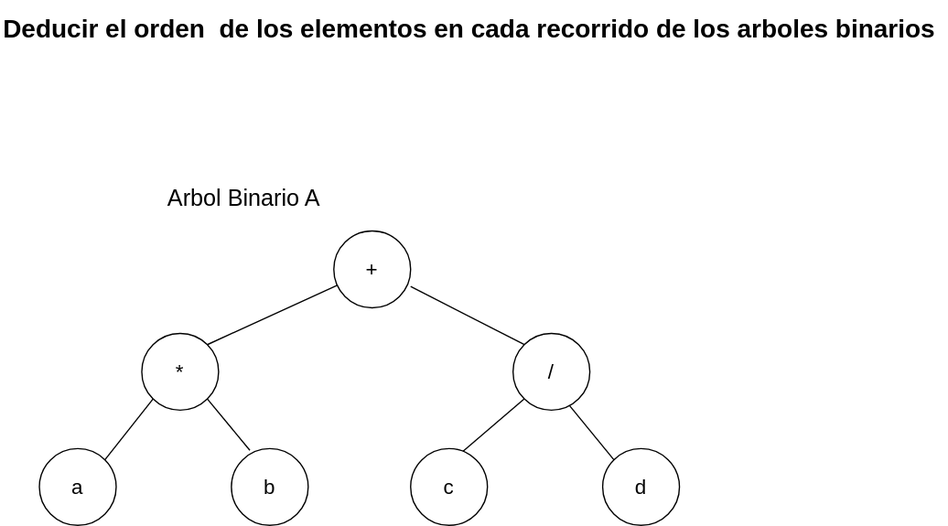
Earlier version of the draw.io export Estructura-de-datos/Arboles/ejercicio-recorrido.drawio.svg (Nordcode-cyber/Algoritmos-Estructdatos). Source tidied: cells renumbered, new cells last; positions are measured from the earlier drawing's top-left corner, leaving out a move shared by most shapes.
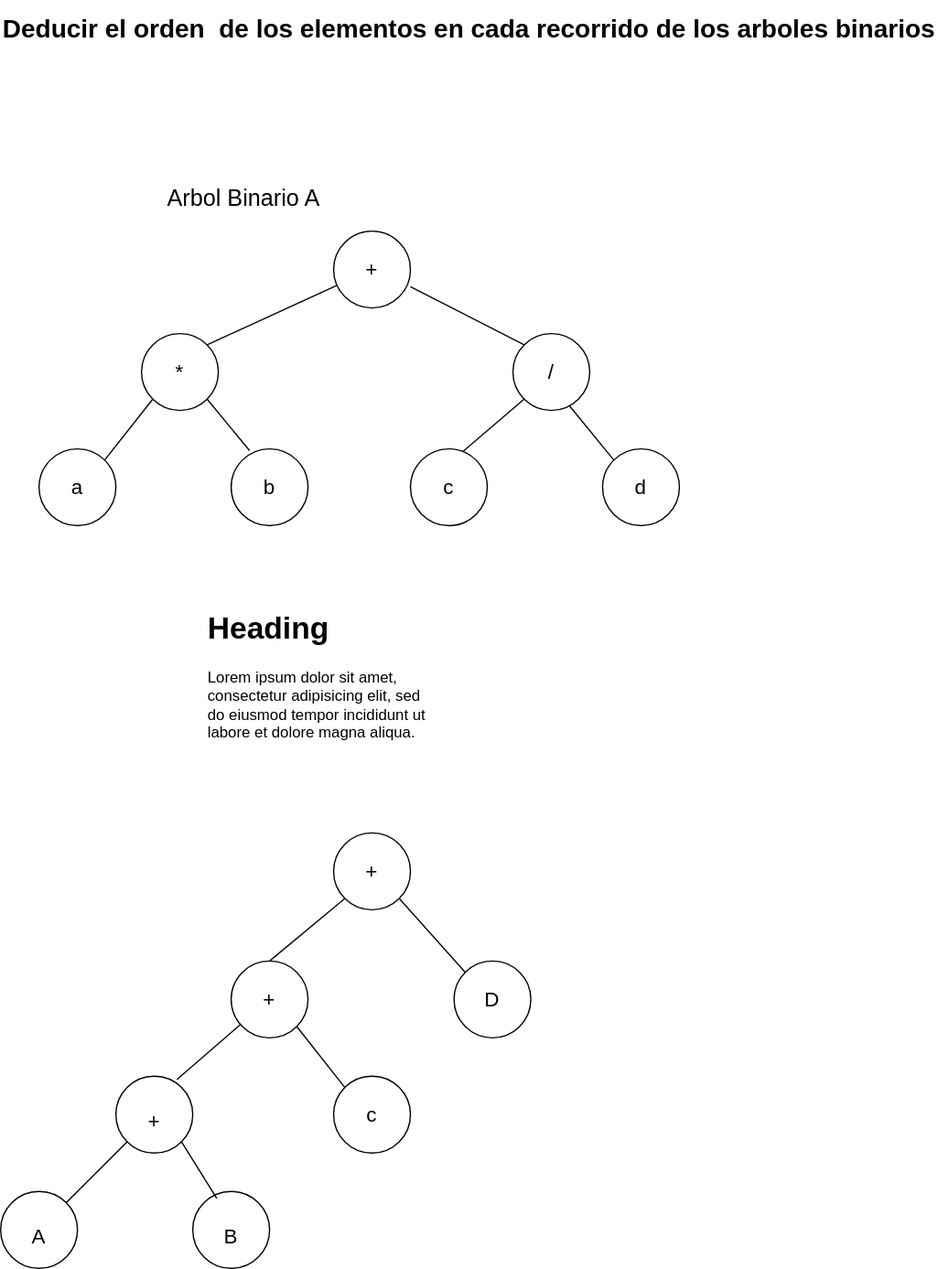
The same file after the commit.

Diff of the diagram source:
```diff
@@ -68,5 +68,68 @@
     <mxCell id="23" value="&lt;font style=&quot;color: light-dark(rgb(0, 0, 0), rgb(0, 153, 153)); font-size: 18px;&quot;&gt;Arbol Binario A&lt;/font&gt;" style="text;html=1;align=center;verticalAlign=middle;whiteSpace=wrap;rounded=0;" parent="1" vertex="1">
       <mxGeometry x="120" y="140" width="140" height="30" as="geometry" />
     </mxCell>
+    <mxCell id="24" value="&lt;h1 style=&quot;margin-top: 0px;&quot;&gt;Heading&lt;/h1&gt;&lt;p&gt;Lorem ipsum dolor sit amet, consectetur adipisicing elit, sed do eiusmod tempor incididunt ut labore et dolore magna aliqua.&lt;/p&gt;" style="text;html=1;whiteSpace=wrap;overflow=hidden;rounded=0;" parent="1" vertex="1">
+      <mxGeometry x="160" y="470" width="180" height="120" as="geometry" />
+    </mxCell>
+    <mxCell id="25" style="ellipse;whiteSpace=wrap;html=1;fillColor=none;" parent="1" vertex="1">
+      <mxGeometry x="260" y="650" width="60" height="60" as="geometry" />
+    </mxCell>
+    <mxCell id="26" style="ellipse;whiteSpace=wrap;html=1;fillColor=none;" parent="1" vertex="1">
+      <mxGeometry x="180" y="750" width="60" height="60" as="geometry" />
+    </mxCell>
+    <mxCell id="27" style="ellipse;whiteSpace=wrap;html=1;fillColor=none;" parent="1" vertex="1">
+      <mxGeometry x="354" y="750" width="60" height="60" as="geometry" />
+    </mxCell>
+    <mxCell id="28" style="ellipse;whiteSpace=wrap;html=1;fillColor=none;" parent="1" vertex="1">
+      <mxGeometry x="90" y="840" width="60" height="60" as="geometry" />
+    </mxCell>
+    <mxCell id="29" style="endArrow=none;html=1;entryX=1;entryY=1;entryDx=0;entryDy=0;exitX=0;exitY=0;exitDx=0;exitDy=0;" parent="1" edge="1" source="27" target="25">
+      <mxGeometry relative="1" as="geometry" />
+    </mxCell>
+    <mxCell id="30" style="endArrow=none;html=1;entryX=0;entryY=1;entryDx=0;entryDy=0;exitX=0.5;exitY=0;exitDx=0;exitDy=0;" parent="1" edge="1" source="26" target="25">
+      <mxGeometry relative="1" as="geometry" />
+    </mxCell>
+    <mxCell id="31" style="ellipse;whiteSpace=wrap;html=1;fillColor=none;" parent="1" vertex="1">
+      <mxGeometry x="260" y="840" width="60" height="60" as="geometry" />
+    </mxCell>
+    <mxCell id="32" style="endArrow=none;html=1;entryX=1;entryY=1;entryDx=0;entryDy=0;exitX=0;exitY=0;exitDx=0;exitDy=0;" parent="1" edge="1" source="31" target="26">
+      <mxGeometry relative="1" as="geometry" />
+    </mxCell>
+    <mxCell id="33" style="endArrow=none;html=1;exitX=0.793;exitY=0.043;exitDx=0;exitDy=0;exitPerimeter=0;" parent="1" edge="1" source="28" target="26">
+      <mxGeometry relative="1" as="geometry" />
+    </mxCell>
+    <mxCell id="34" style="ellipse;whiteSpace=wrap;html=1;fillColor=none;" parent="1" vertex="1">
+      <mxGeometry y="930" width="60" height="60" as="geometry" />
+    </mxCell>
+    <mxCell id="35" style="ellipse;whiteSpace=wrap;html=1;fillColor=none;" parent="1" vertex="1">
+      <mxGeometry x="150" y="930" width="60" height="60" as="geometry" />
+    </mxCell>
+    <mxCell id="36" style="endArrow=none;html=1;entryX=1;entryY=1;entryDx=0;entryDy=0;exitX=0.313;exitY=0.09;exitDx=0;exitDy=0;exitPerimeter=0;" parent="1" edge="1" source="35" target="28">
+      <mxGeometry relative="1" as="geometry" />
+    </mxCell>
+    <mxCell id="37" style="endArrow=none;html=1;entryX=0;entryY=1;entryDx=0;entryDy=0;" parent="1" edge="1" source="34" target="28">
+      <mxGeometry relative="1" as="geometry" />
+    </mxCell>
+    <mxCell id="38" value="&lt;font style=&quot;font-size: 16px; color: light-dark(rgb(0, 0, 0), rgb(102, 255, 102));&quot;&gt;+&lt;/font&gt;" style="text;html=1;align=center;verticalAlign=middle;whiteSpace=wrap;rounded=0;" parent="1" vertex="1">
+      <mxGeometry x="260" y="665" width="60" height="30" as="geometry" />
+    </mxCell>
+    <mxCell id="39" value="&lt;font style=&quot;font-size: 16px; color: light-dark(rgb(0, 0, 0), rgb(102, 255, 102));&quot;&gt;+&lt;/font&gt;" style="text;html=1;align=center;verticalAlign=middle;whiteSpace=wrap;rounded=0;" parent="1" vertex="1">
+      <mxGeometry x="180" y="765" width="60" height="30" as="geometry" />
+    </mxCell>
+    <mxCell id="40" value="&lt;font style=&quot;font-size: 16px; color: light-dark(rgb(0, 0, 0), rgb(102, 255, 102));&quot;&gt;+&lt;/font&gt;" style="text;html=1;align=center;verticalAlign=middle;whiteSpace=wrap;rounded=0;" parent="1" vertex="1">
+      <mxGeometry x="90" y="860" width="60" height="30" as="geometry" />
+    </mxCell>
+    <mxCell id="41" value="&lt;font style=&quot;font-size: 16px; color: light-dark(rgb(0, 0, 0), rgb(102, 255, 102));&quot;&gt;D&lt;/font&gt;" style="text;html=1;align=center;verticalAlign=middle;whiteSpace=wrap;rounded=0;" parent="1" vertex="1">
+      <mxGeometry x="354" y="765" width="60" height="30" as="geometry" />
+    </mxCell>
+    <mxCell id="42" value="&lt;font style=&quot;font-size: 16px; color: light-dark(rgb(0, 0, 0), rgb(102, 255, 102));&quot;&gt;c&lt;/font&gt;" style="text;html=1;align=center;verticalAlign=middle;whiteSpace=wrap;rounded=0;" parent="1" vertex="1">
+      <mxGeometry x="260" y="855" width="60" height="30" as="geometry" />
+    </mxCell>
+    <mxCell id="43" value="&lt;font style=&quot;font-size: 16px; color: light-dark(rgb(0, 0, 0), rgb(102, 255, 102));&quot;&gt;A&lt;/font&gt;" style="text;html=1;align=center;verticalAlign=middle;whiteSpace=wrap;rounded=0;" parent="1" vertex="1">
+      <mxGeometry y="950" width="60" height="30" as="geometry" />
+    </mxCell>
+    <mxCell id="44" value="&lt;font style=&quot;font-size: 16px; color: light-dark(rgb(0, 0, 0), rgb(102, 255, 102));&quot;&gt;B&lt;/font&gt;" style="text;html=1;align=center;verticalAlign=middle;whiteSpace=wrap;rounded=0;" parent="1" vertex="1">
+      <mxGeometry x="150" y="950" width="60" height="30" as="geometry" />
+    </mxCell>
   </root>
 </mxGraphModel>
```
